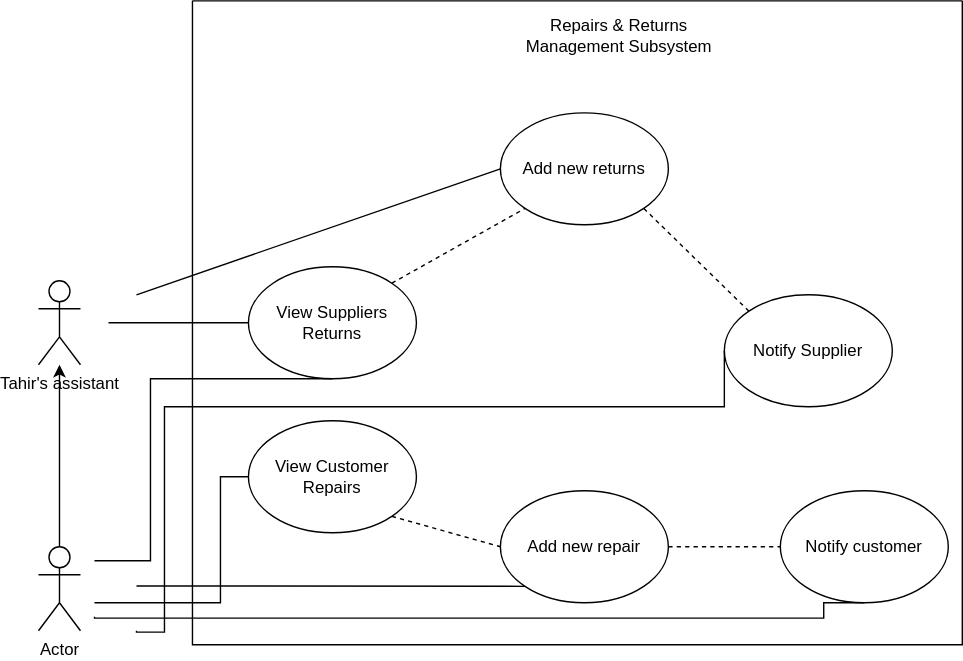
This is Repairs and Damages.drawio.svg from Simamkele88/IFM3_GP, a draw.io export, as it was before one commit. Source tidied: cells renumbered, new cells last; positions are measured from the earlier drawing's top-left corner, leaving out a move shared by most shapes.
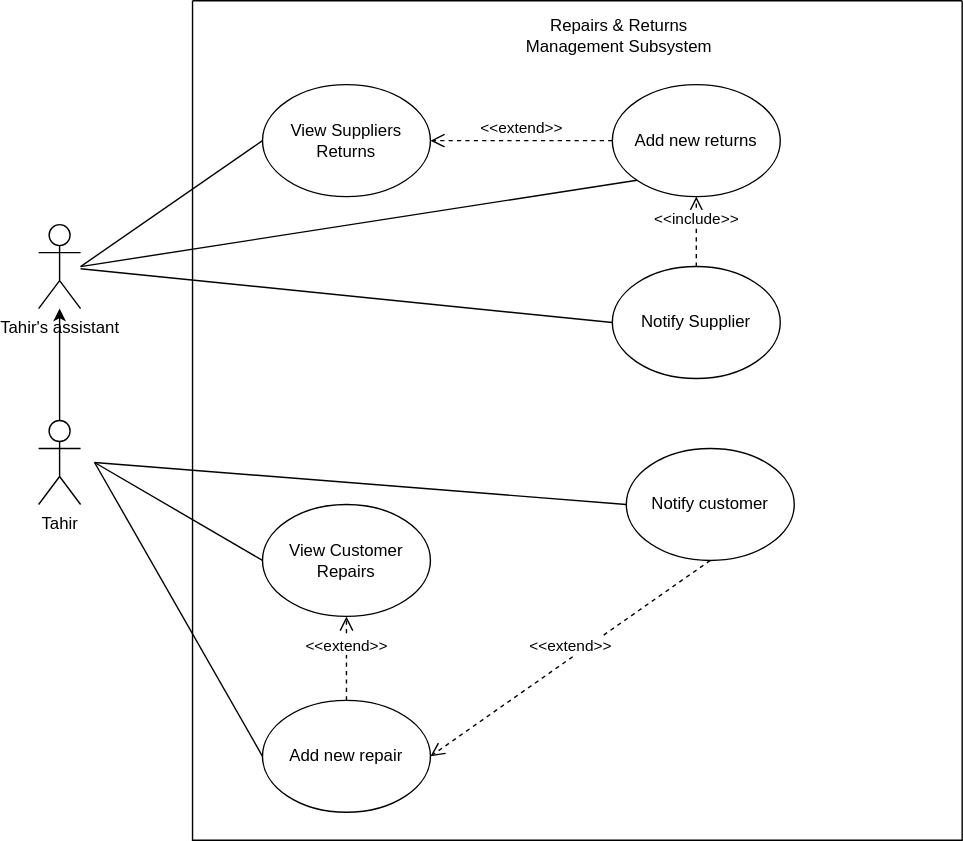
After the commit.

The edit, as a diff of the source:
```diff
@@ -3,105 +3,77 @@
     <mxCell id="0" />
     <mxCell id="1" parent="0" />
     <mxCell id="2" style="swimlane;startSize=0;" parent="1" vertex="1">
-      <mxGeometry x="110" width="550" height="460" as="geometry" />
+      <mxGeometry x="110" width="550" height="600" as="geometry" />
     </mxCell>
     <mxCell id="3" value="Repairs &amp;amp; Returns Management Subsystem" style="text;html=1;align=center;verticalAlign=middle;whiteSpace=wrap;rounded=0;" parent="2" vertex="1">
       <mxGeometry x="230" y="10" width="150" height="30" as="geometry" />
     </mxCell>
     <mxCell id="4" value="View Suppliers&lt;div&gt;Returns&lt;/div&gt;" style="ellipse;whiteSpace=wrap;html=1;" parent="2" vertex="1">
-      <mxGeometry x="40" y="190" width="120" height="80" as="geometry" />
+      <mxGeometry x="50" y="60" width="120" height="80" as="geometry" />
     </mxCell>
     <mxCell id="5" value="Notify Supplier" style="ellipse;whiteSpace=wrap;html=1;" parent="2" vertex="1">
-      <mxGeometry x="380" y="210" width="120" height="80" as="geometry" />
+      <mxGeometry x="300" y="190" width="120" height="80" as="geometry" />
     </mxCell>
     <mxCell id="6" value="Add new returns" style="ellipse;whiteSpace=wrap;html=1;" parent="2" vertex="1">
-      <mxGeometry x="220" y="80" width="120" height="80" as="geometry" />
+      <mxGeometry x="300" y="60" width="120" height="80" as="geometry" />
     </mxCell>
     <mxCell id="7" value="Add new repair" style="ellipse;whiteSpace=wrap;html=1;" parent="2" vertex="1">
-      <mxGeometry x="220" y="350" width="120" height="80" as="geometry" />
+      <mxGeometry x="50" y="500" width="120" height="80" as="geometry" />
     </mxCell>
-    <mxCell id="8" style="endArrow=none;dashed=1;html=1;rounded=0;exitX=1;exitY=0;exitDx=0;exitDy=0;entryX=0;entryY=1;entryDx=0;entryDy=0;" parent="2" edge="1" source="4" target="6">
-      <mxGeometry relative="1" as="geometry" />
-    </mxCell>
     <mxCell id="9" value="View Customer&lt;div&gt;Repairs&lt;/div&gt;" style="ellipse;whiteSpace=wrap;html=1;" parent="2" vertex="1">
-      <mxGeometry x="40" y="300" width="120" height="80" as="geometry" />
+      <mxGeometry x="50" y="360" width="120" height="80" as="geometry" />
     </mxCell>
     <mxCell id="10" value="Notify customer" style="ellipse;whiteSpace=wrap;html=1;" parent="2" vertex="1">
-      <mxGeometry x="420" y="350" width="120" height="80" as="geometry" />
+      <mxGeometry x="310" y="320" width="120" height="80" as="geometry" />
     </mxCell>
+    <mxCell id="24" value="&amp;lt;&amp;lt;extend&amp;gt;&amp;gt;" style="html=1;verticalAlign=bottom;endArrow=open;dashed=1;endSize=8;curved=0;rounded=0;exitX=0.5;exitY=1;exitDx=0;exitDy=0;entryX=1;entryY=0.5;entryDx=0;entryDy=0;" parent="2" edge="1" source="10" target="7">
+      <mxGeometry relative="1" as="geometry" />
+    </mxCell>
+    <mxCell id="25" value="&amp;lt;&amp;lt;extend&amp;gt;&amp;gt;" style="html=1;verticalAlign=bottom;endArrow=open;dashed=1;endSize=8;curved=0;rounded=0;entryX=0.5;entryY=1;entryDx=0;entryDy=0;exitX=0.5;exitY=0;exitDx=0;exitDy=0;" parent="2" edge="1" source="7" target="9">
+      <mxGeometry relative="1" as="geometry" />
+    </mxCell>
+    <mxCell id="26" value="&amp;lt;&amp;lt;extend&amp;gt;&amp;gt;" style="html=1;verticalAlign=bottom;endArrow=open;dashed=1;endSize=8;curved=0;rounded=0;exitX=0;exitY=0.5;exitDx=0;exitDy=0;entryX=1;entryY=0.5;entryDx=0;entryDy=0;" parent="2" edge="1" source="6" target="4">
+      <mxGeometry relative="1" as="geometry" />
+    </mxCell>
-    <mxCell id="11" style="endArrow=none;dashed=1;html=1;rounded=0;entryX=1;entryY=1;entryDx=0;entryDy=0;exitX=0;exitY=0;exitDx=0;exitDy=0;" parent="2" edge="1" source="5" target="6">
+    <mxCell id="11" value="&amp;lt;&amp;lt;include&amp;gt;&amp;gt;" style="html=1;verticalAlign=bottom;endArrow=open;dashed=1;endSize=8;curved=0;rounded=0;exitX=0.5;exitY=0;exitDx=0;exitDy=0;entryX=0.5;entryY=1;entryDx=0;entryDy=0;" parent="2" edge="1" source="5" target="6">
       <mxGeometry relative="1" as="geometry" />
     </mxCell>
-    <mxCell id="12" style="endArrow=none;dashed=1;html=1;rounded=0;exitX=1;exitY=1;exitDx=0;exitDy=0;entryX=0;entryY=0.5;entryDx=0;entryDy=0;" parent="2" edge="1" source="9" target="7">
-      <mxGeometry relative="1" as="geometry" />
-    </mxCell>
-    <mxCell id="13" style="endArrow=none;dashed=1;html=1;rounded=0;exitX=1;exitY=0.5;exitDx=0;exitDy=0;entryX=0;entryY=0.5;entryDx=0;entryDy=0;" parent="2" edge="1" source="7" target="10">
-      <mxGeometry relative="1" as="geometry" />
-    </mxCell>
-    <mxCell id="14" style="endArrow=none;html=1;rounded=0;entryX=0.5;entryY=1;entryDx=0;entryDy=0;edgeStyle=orthogonalEdgeStyle;" parent="2" edge="1" target="10">
-      <mxGeometry relative="1" as="geometry">
-        <mxPoint x="-70" y="440" as="sourcePoint" />
-        <Array as="points">
-          <mxPoint x="-70" y="441" />
-          <mxPoint x="451" y="441" />
-          <mxPoint x="451" y="430" />
-        </Array>
-      </mxGeometry>
-    </mxCell>
+    <mxCell id="27" style="endArrow=none;html=1;rounded=0;entryX=0;entryY=1;entryDx=0;entryDy=0;" parent="2" edge="1" target="6">
+      <mxGeometry relative="1" as="geometry">
+        <mxPoint x="-80" y="190" as="sourcePoint" />
+      </mxGeometry>
+    </mxCell>
     <mxCell id="15" value="Tahir's assistant" style="shape=umlActor;verticalLabelPosition=bottom;verticalAlign=top;html=1;outlineConnect=0;" parent="1" vertex="1">
-      <mxGeometry y="200" width="30" height="60" as="geometry" />
+      <mxGeometry y="160" width="30" height="60" as="geometry" />
     </mxCell>
-    <mxCell id="16" value="Actor" style="shape=umlActor;verticalLabelPosition=bottom;verticalAlign=top;html=1;outlineConnect=0;" parent="1" vertex="1">
-      <mxGeometry y="390" width="30" height="60" as="geometry" />
+    <mxCell id="16" value="Tahir" style="shape=umlActor;verticalLabelPosition=bottom;verticalAlign=top;html=1;outlineConnect=0;" parent="1" vertex="1">
+      <mxGeometry y="300" width="30" height="60" as="geometry" />
     </mxCell>
     <mxCell id="17" style="endArrow=none;html=1;rounded=0;entryX=0;entryY=0.5;entryDx=0;entryDy=0;" parent="1" edge="1" target="4">
       <mxGeometry relative="1" as="geometry">
-        <mxPoint x="50" y="230" as="sourcePoint" />
+        <mxPoint x="30" y="190" as="sourcePoint" />
       </mxGeometry>
     </mxCell>
-    <mxCell id="18" style="endArrow=none;html=1;rounded=0;entryX=0;entryY=0.5;entryDx=0;entryDy=0;" parent="1" edge="1" target="6">
-      <mxGeometry relative="1" as="geometry">
-        <mxPoint x="70" y="210" as="sourcePoint" />
-      </mxGeometry>
-    </mxCell>
-    <mxCell id="19" style="endArrow=none;html=1;rounded=0;entryX=0;entryY=0.5;entryDx=0;entryDy=0;edgeStyle=orthogonalEdgeStyle;" parent="1" edge="1" target="9">
-      <mxGeometry relative="1" as="geometry">
-        <mxPoint x="40" y="430" as="sourcePoint" />
-        <Array as="points">
-          <mxPoint x="50" y="430" />
-          <mxPoint x="130" y="430" />
-          <mxPoint x="130" y="340" />
-        </Array>
-      </mxGeometry>
-    </mxCell>
-    <mxCell id="20" style="endArrow=none;html=1;rounded=0;edgeStyle=orthogonalEdgeStyle;entryX=0;entryY=0.5;entryDx=0;entryDy=0;" parent="1" edge="1" target="5">
-      <mxGeometry relative="1" as="geometry">
-        <mxPoint x="70" y="450" as="sourcePoint" />
-        <Array as="points">
-          <mxPoint x="70" y="451" />
-          <mxPoint x="90" y="451" />
-          <mxPoint x="90" y="290" />
-          <mxPoint x="490" y="290" />
-        </Array>
-      </mxGeometry>
-    </mxCell>
-    <mxCell id="21" style="endArrow=none;html=1;rounded=0;entryX=0;entryY=1;entryDx=0;entryDy=0;" parent="1" edge="1" target="7">
-      <mxGeometry relative="1" as="geometry">
-        <mxPoint x="70" y="418" as="sourcePoint" />
-      </mxGeometry>
-    </mxCell>
-    <mxCell id="22" style="endArrow=none;html=1;rounded=0;entryX=0.5;entryY=1;entryDx=0;entryDy=0;edgeStyle=orthogonalEdgeStyle;" parent="1" edge="1" target="4">
-      <mxGeometry relative="1" as="geometry">
-        <mxPoint x="40" y="400" as="sourcePoint" />
-        <Array as="points">
-          <mxPoint x="50" y="400" />
-          <mxPoint x="80" y="400" />
-          <mxPoint x="80" y="270" />
-        </Array>
-      </mxGeometry>
-    </mxCell>
     <mxCell id="23" style="endArrow=classic;html=1;rounded=0;exitX=0.5;exitY=0;exitDx=0;exitDy=0;exitPerimeter=0;" parent="1" edge="1" source="16" target="15">
       <mxGeometry relative="1" as="geometry" />
     </mxCell>
+    <mxCell id="28" style="endArrow=none;html=1;rounded=0;entryX=0;entryY=0.5;entryDx=0;entryDy=0;" parent="1" edge="1" target="9">
+      <mxGeometry relative="1" as="geometry">
+        <mxPoint x="40" y="330" as="sourcePoint" />
+      </mxGeometry>
+    </mxCell>
+    <mxCell id="29" style="endArrow=none;html=1;rounded=0;entryX=0;entryY=0.5;entryDx=0;entryDy=0;" parent="1" edge="1" target="10">
+      <mxGeometry relative="1" as="geometry">
+        <mxPoint x="40" y="330" as="sourcePoint" />
+      </mxGeometry>
+    </mxCell>
+    <mxCell id="30" style="endArrow=none;html=1;rounded=0;entryX=0;entryY=0.5;entryDx=0;entryDy=0;" parent="1" edge="1" target="7">
+      <mxGeometry relative="1" as="geometry">
+        <mxPoint x="40" y="330" as="sourcePoint" />
+      </mxGeometry>
+    </mxCell>
+    <mxCell id="31" style="endArrow=none;html=1;rounded=0;entryX=0;entryY=0.5;entryDx=0;entryDy=0;" parent="1" edge="1" source="15" target="5">
+      <mxGeometry relative="1" as="geometry" />
+    </mxCell>
   </root>
 </mxGraphModel>
```
